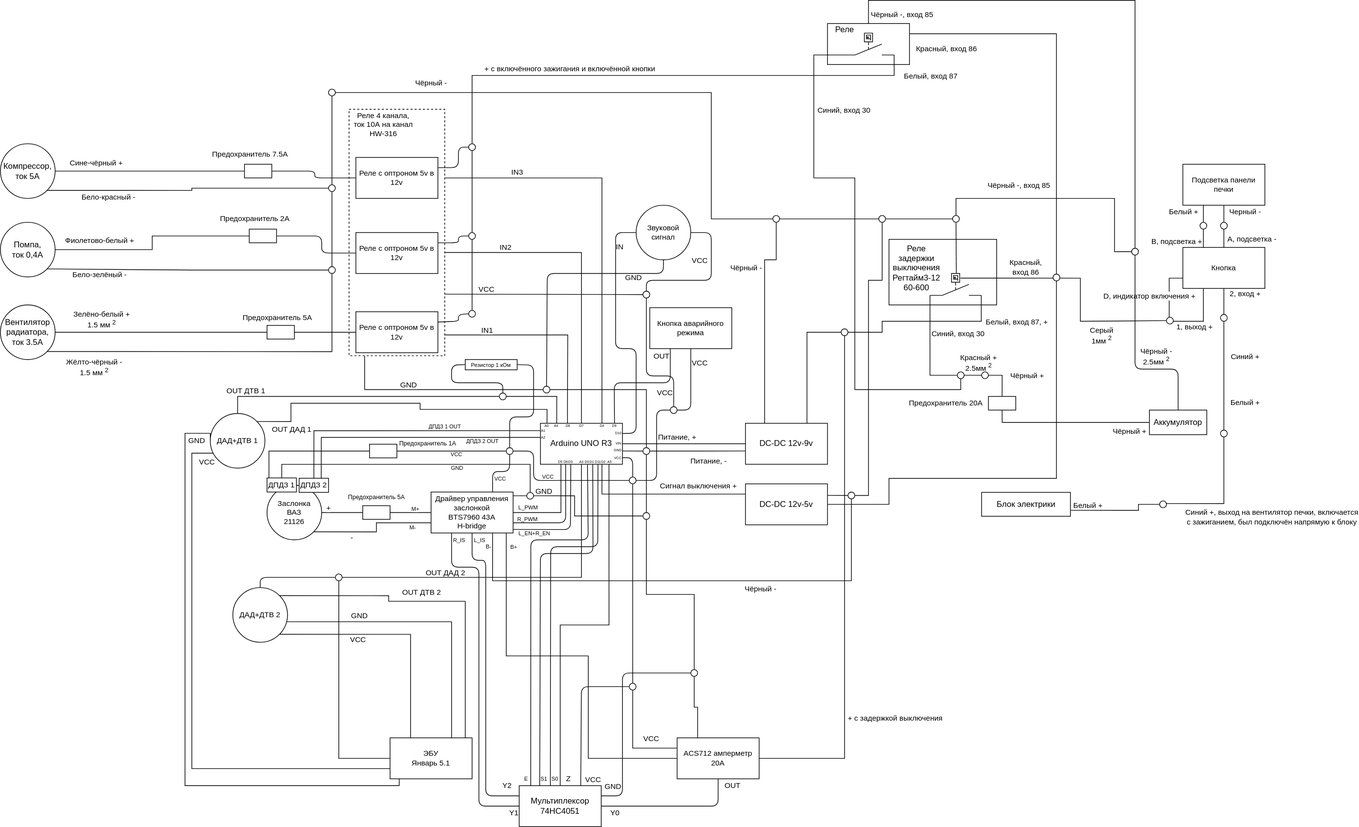
Earlier version of the draw.io export electrical_scheme.drawio.svg (kak-tus/compressor). Source tidied: cells renumbered, new cells last; positions are measured from the earlier drawing's top-left corner, leaving out a move shared by most shapes.
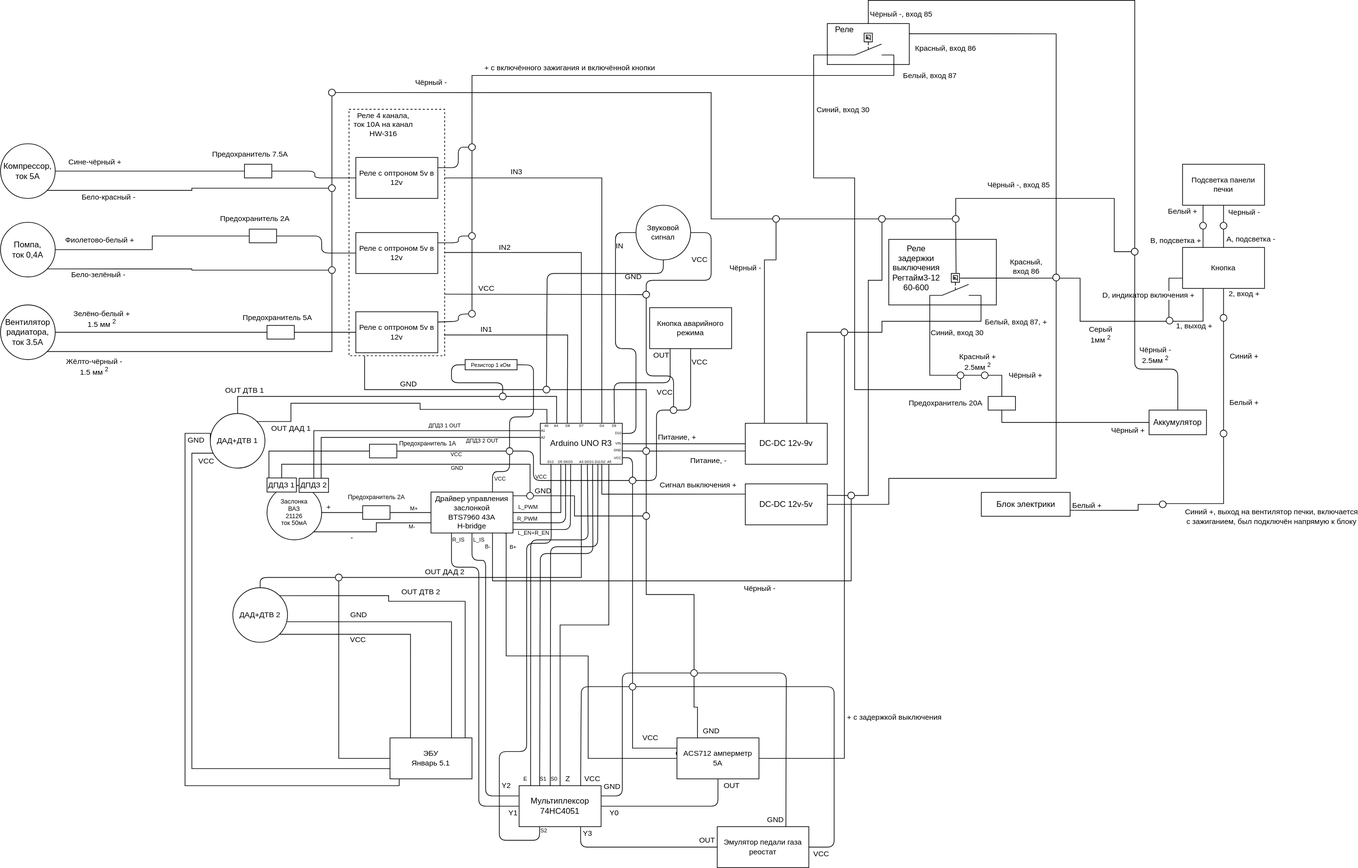
Later version of the same file.

Diff of the diagram source:
```diff
@@ -325,7 +325,7 @@
     </mxCell>
     <mxCell id="74" value="VCC" style="edgeLabel;html=1;align=center;verticalAlign=middle;fontSize=8;fontFamily=Helvetica;fontColor=default;" parent="70" vertex="1">
       <mxGeometry x="-0.16" relative="1" as="geometry">
-        <mxPoint x="162" y="18" as="offset" />
+        <mxPoint x="152" y="18" as="offset" />
       </mxGeometry>
     </mxCell>
     <mxCell id="75" style="edgeStyle=orthogonalEdgeStyle;shape=connector;rounded=0;jettySize=auto;html=1;entryX=1.001;entryY=0.919;entryDx=0;entryDy=0;labelBackgroundColor=default;strokeColor=default;fontFamily=Helvetica;fontSize=11;fontColor=default;endArrow=none;endFill=0;exitX=0.33;exitY=-0.005;exitDx=0;exitDy=0;exitPerimeter=0;entryPerimeter=0;" parent="1" edge="1" source="96" target="3">
@@ -355,6 +355,11 @@
         <mxPoint x="-66" y="47" as="offset" />
       </mxGeometry>
     </mxCell>
+    <mxCell id="294" value="VCC" style="edgeLabel;html=1;align=center;verticalAlign=middle;fontSize=11;fontFamily=Helvetica;fontColor=default;" parent="77" vertex="1">
+      <mxGeometry x="0.22" y="2" relative="1" as="geometry">
+        <mxPoint x="269" y="157" as="offset" />
+      </mxGeometry>
+    </mxCell>
     <mxCell id="80" style="edgeStyle=orthogonalEdgeStyle;shape=connector;rounded=0;jettySize=auto;html=1;entryX=0.25;entryY=0;entryDx=0;entryDy=0;labelBackgroundColor=default;strokeColor=default;fontFamily=Helvetica;fontSize=11;fontColor=default;endArrow=none;endFill=0;exitX=0.5;exitY=1;exitDx=0;exitDy=0;startArrow=none;" parent="1" edge="1" source="275" target="177">
       <mxGeometry relative="1" as="geometry" />
     </mxCell>
@@ -411,6 +416,21 @@
         <mxPoint x="-54" y="205" as="offset" />
       </mxGeometry>
     </mxCell>
+    <mxCell id="295" value="S2" style="edgeLabel;html=1;align=center;verticalAlign=middle;fontSize=8;fontFamily=Helvetica;fontColor=default;labelBackgroundColor=none;" parent="82" vertex="1">
+      <mxGeometry x="0.21" y="3" relative="1" as="geometry">
+        <mxPoint x="-27" y="281" as="offset" />
+      </mxGeometry>
+    </mxCell>
+    <mxCell id="296" value="GND" style="edgeLabel;html=1;align=center;verticalAlign=middle;fontSize=11;fontFamily=Helvetica;fontColor=default;labelBackgroundColor=none;" parent="82" vertex="1">
+      <mxGeometry x="0.21" y="3" relative="1" as="geometry">
+        <mxPoint x="218" y="135" as="offset" />
+      </mxGeometry>
+    </mxCell>
+    <mxCell id="297" value="GND" style="edgeLabel;html=1;align=center;verticalAlign=middle;fontSize=11;fontFamily=Helvetica;fontColor=default;labelBackgroundColor=none;" parent="82" vertex="1">
+      <mxGeometry x="0.21" y="3" relative="1" as="geometry">
+        <mxPoint x="312" y="265" as="offset" />
+      </mxGeometry>
+    </mxCell>
     <mxCell id="92" style="edgeStyle=none;shape=connector;rounded=1;html=1;exitX=0.37;exitY=1;exitDx=0;exitDy=0;exitPerimeter=0;labelBackgroundColor=default;strokeColor=default;fontFamily=Helvetica;fontSize=8;fontColor=default;endArrow=none;endFill=0;entryX=0.999;entryY=0.913;entryDx=0;entryDy=0;entryPerimeter=0;" parent="1" edge="1" source="96" target="134">
       <mxGeometry relative="1" as="geometry">
         <Array as="points">
@@ -570,7 +590,7 @@
     <mxCell id="124" value="Реле с оптроном 5v в 12v" style="rounded=0;whiteSpace=wrap;html=1;fontFamily=Helvetica;fontSize=11;fontColor=default;" parent="1" vertex="1">
       <mxGeometry x="520" y="230" width="120" height="60" as="geometry" />
     </mxCell>
-    <mxCell id="125" value="Заслонка&lt;br&gt;ВАЗ&lt;br&gt;&amp;nbsp;21126" style="ellipse;whiteSpace=wrap;html=1;fontFamily=Helvetica;fontSize=11;fontColor=default;" parent="1" vertex="1">
+    <mxCell id="125" value="Заслонка&lt;br style=&quot;font-size: 9px;&quot;&gt;ВАЗ&lt;br style=&quot;font-size: 9px;&quot;&gt;&amp;nbsp;21126&lt;br&gt;ток 50мА" style="ellipse;whiteSpace=wrap;html=1;fontFamily=Helvetica;fontSize=9;fontColor=default;" parent="1" vertex="1">
       <mxGeometry x="390" y="710" width="80" height="80" as="geometry" />
     </mxCell>
     <mxCell id="126" style="edgeStyle=orthogonalEdgeStyle;shape=connector;rounded=0;jettySize=auto;html=1;exitX=0;exitY=0.5;exitDx=0;exitDy=0;labelBackgroundColor=default;strokeColor=default;fontFamily=Helvetica;fontSize=11;fontColor=default;endArrow=none;endFill=0;" parent="1" edge="1" source="205" target="125">
@@ -835,7 +855,7 @@
         </Array>
       </mxGeometry>
     </mxCell>
-    <mxCell id="177" value="ACS712 амперметр&lt;br&gt;20А" style="rounded=0;whiteSpace=wrap;html=1;fontFamily=Helvetica;fontSize=11;fontColor=default;" parent="1" vertex="1">
+    <mxCell id="177" value="ACS712 амперметр&lt;br&gt;5А" style="rounded=0;whiteSpace=wrap;html=1;fontFamily=Helvetica;fontSize=11;fontColor=default;" parent="1" vertex="1">
       <mxGeometry x="990" y="1080" width="120" height="60" as="geometry" />
     </mxCell>
     <mxCell id="178" style="edgeStyle=orthogonalEdgeStyle;shape=connector;rounded=0;jettySize=auto;html=1;exitX=1;exitY=0.5;exitDx=0;exitDy=0;entryX=0.5;entryY=0;entryDx=0;entryDy=0;labelBackgroundColor=default;strokeColor=default;fontFamily=Helvetica;fontSize=11;fontColor=default;endArrow=none;endFill=0;" parent="1" edge="1" source="49" target="179">
@@ -954,7 +974,7 @@
     <mxCell id="205" style="rounded=0;whiteSpace=wrap;html=1;fontFamily=Helvetica;fontSize=11;fontColor=default;" parent="1" vertex="1">
       <mxGeometry x="530" y="740" width="40" height="20" as="geometry" />
     </mxCell>
-    <mxCell id="206" value="Предохранитель 5А" style="text;html=1;align=center;verticalAlign=middle;strokeColor=none;fillColor=none;fontSize=9;fontFamily=Helvetica;fontColor=default;" parent="1" vertex="1">
+    <mxCell id="206" value="Предохранитель 2А" style="text;html=1;align=center;verticalAlign=middle;strokeColor=none;fillColor=none;fontSize=9;fontFamily=Helvetica;fontColor=default;" parent="1" vertex="1">
       <mxGeometry x="495" y="718" width="110" height="20" as="geometry" />
     </mxCell>
     <mxCell id="207" style="edgeStyle=none;shape=connector;rounded=1;html=1;exitX=1;exitY=0.5;exitDx=0;exitDy=0;entryX=0;entryY=0.5;entryDx=0;entryDy=0;labelBackgroundColor=default;strokeColor=default;fontFamily=Helvetica;fontSize=8;fontColor=default;endArrow=none;endFill=0;" parent="1" edge="1" source="208" target="228">
@@ -1242,6 +1262,25 @@
         </Array>
       </mxGeometry>
     </mxCell>
+    <mxCell id="298" style="edgeStyle=none;html=1;exitX=0.25;exitY=1;exitDx=0;exitDy=0;exitPerimeter=0;fontSize=9;strokeColor=default;endArrow=none;endFill=0;entryX=0.13;entryY=1;entryDx=0;entryDy=0;entryPerimeter=0;" parent="1" edge="1" source="269" target="96">
+      <mxGeometry relative="1" as="geometry">
+        <Array as="points">
+          <mxPoint x="789" y="1230" />
+          <mxPoint x="730" y="1230" />
+          <mxPoint x="730" y="1100" />
+          <mxPoint x="770" y="1100" />
+          <mxPoint x="770" y="795" />
+          <mxPoint x="806" y="795" />
+        </Array>
+      </mxGeometry>
+    </mxCell>
+    <mxCell id="299" style="edgeStyle=none;html=1;exitX=0.75;exitY=1;exitDx=0;exitDy=0;exitPerimeter=0;entryX=0;entryY=0.5;entryDx=0;entryDy=0;strokeColor=default;fontSize=9;endArrow=none;endFill=0;" parent="1" edge="1" source="269" target="303">
+      <mxGeometry relative="1" as="geometry">
+        <Array as="points">
+          <mxPoint x="849" y="1240" />
+        </Array>
+      </mxGeometry>
+    </mxCell>
     <mxCell id="269" value="Мультиплексор&lt;br&gt;74HC4051" style="rounded=0;whiteSpace=wrap;html=1;points=[[0,0,0,0,0],[0,0.25,0,0,0],[0,0.5,0,0,0],[0,0.75,0,0,0],[0,1,0,0,0],[0.14,0,0,0,0],[0.25,0,0,0,0],[0.25,1,0,0,0],[0.38,0.01,0,0,0],[0.5,0,0,0,0],[0.5,1,0,0,0],[0.75,0,0,0,0],[0.75,1,0,0,0],[1,0,0,0,0],[1,0.25,0,0,0],[1,0.5,0,0,0],[1,0.75,0,0,0],[1,1,0,0,0]];" parent="1" vertex="1">
       <mxGeometry x="759" y="1150" width="120" height="60" as="geometry" />
     </mxCell>
@@ -1255,6 +1294,14 @@
         </Array>
       </mxGeometry>
     </mxCell>
+    <mxCell id="300" style="edgeStyle=none;html=1;exitX=1;exitY=0.5;exitDx=0;exitDy=0;entryX=1;entryY=0.5;entryDx=0;entryDy=0;strokeColor=default;fontSize=9;endArrow=none;endFill=0;" parent="1" edge="1" source="272" target="303">
+      <mxGeometry relative="1" as="geometry">
+        <Array as="points">
+          <mxPoint x="1220" y="1005" />
+          <mxPoint x="1220" y="1240" />
+        </Array>
+      </mxGeometry>
+    </mxCell>
     <mxCell id="272" style="ellipse;whiteSpace=wrap;html=1;fontFamily=Helvetica;fontSize=11;fontColor=default;" parent="1" vertex="1">
       <mxGeometry x="920" y="1000" width="10" height="10" as="geometry" />
     </mxCell>
@@ -1269,6 +1316,13 @@
         </Array>
       </mxGeometry>
     </mxCell>
+    <mxCell id="301" style="edgeStyle=none;html=1;exitX=1;exitY=0.5;exitDx=0;exitDy=0;entryX=0.75;entryY=0;entryDx=0;entryDy=0;strokeColor=default;fontSize=9;endArrow=none;endFill=0;" parent="1" edge="1" source="275" target="303">
+      <mxGeometry relative="1" as="geometry">
+        <Array as="points">
+          <mxPoint x="1150" y="985" />
+        </Array>
+      </mxGeometry>
+    </mxCell>
     <mxCell id="275" style="ellipse;whiteSpace=wrap;html=1;fontFamily=Helvetica;fontSize=11;fontColor=default;" parent="1" vertex="1">
       <mxGeometry x="1010" y="980" width="10" height="10" as="geometry" />
     </mxCell>
@@ -1347,5 +1401,17 @@
     <mxCell id="293" style="ellipse;whiteSpace=wrap;html=1;fontFamily=Helvetica;fontSize=11;fontColor=default;" parent="1" vertex="1">
       <mxGeometry x="685" y="454" width="10" height="10" as="geometry" />
     </mxCell>
+    <mxCell id="302" value="D12" style="text;html=1;align=center;verticalAlign=middle;strokeColor=none;fillColor=none;fontSize=5;" parent="1" vertex="1">
+      <mxGeometry x="790" y="665" width="30" height="20" as="geometry" />
+    </mxCell>
+    <mxCell id="303" value="Эмулятор педали газа&lt;br&gt;реостат" style="rounded=0;whiteSpace=wrap;html=1;fontFamily=Helvetica;fontSize=11;fontColor=default;" parent="1" vertex="1">
+      <mxGeometry x="1049" y="1210" width="134" height="60" as="geometry" />
+    </mxCell>
+    <mxCell id="304" value="Y3" style="edgeLabel;html=1;align=center;verticalAlign=middle;fontSize=11;fontFamily=Helvetica;fontColor=default;labelBackgroundColor=none;" parent="1" vertex="1">
+      <mxGeometry x="859" y="1220" as="geometry" />
+    </mxCell>
+    <mxCell id="305" value="OUT" style="edgeLabel;html=1;align=center;verticalAlign=middle;fontSize=11;fontFamily=Helvetica;fontColor=default;labelBackgroundColor=none;" parent="1" vertex="1">
+      <mxGeometry x="1034" y="1230" as="geometry" />
+    </mxCell>
   </root>
 </mxGraphModel>
```
